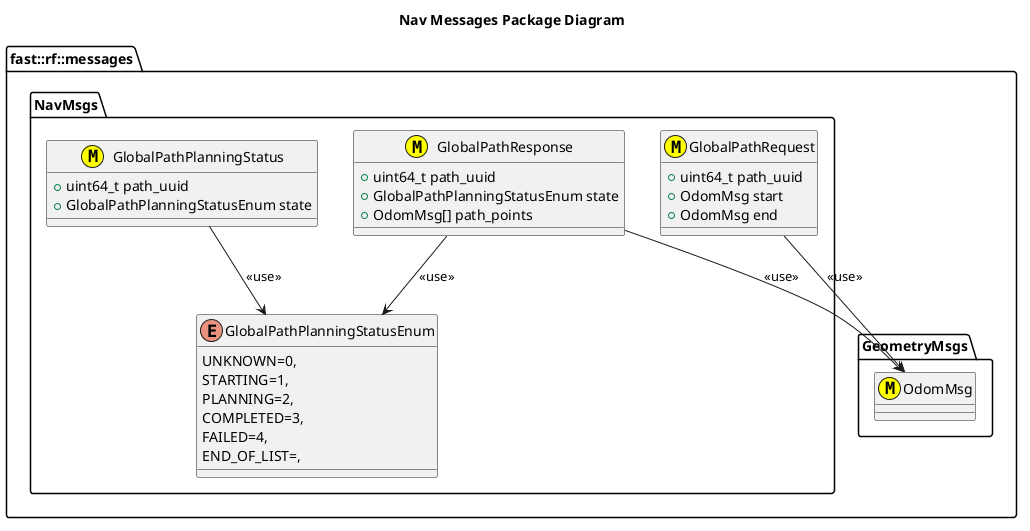
Before: msgs/NavMsgs/doc/puml/NavMessagesClassDiagram.png, a diagram exported from PlantUML (fastrobotics/robot_framework). Its diagram source:
```plantuml
@startuml
title Nav Messages Package Diagram

namespace fast::rf::messages {
  namespace GeometryMsgs {
    class OdomMsg <<(M,#FFFF00)>>
  }
  namespace NavMsgs  {
    class GlobalPathRequest <<(M,#FFFF00)>> {
      +uint64_t path_uuid
      +OdomMsg start
      +OdomMsg end

    }
    enum GlobalPathPlanningStatusEnum
    {
      UNKNOWN=0,
      STARTING=1,
      PLANNING=2,
      COMPLETED=3,
      FAILED=4,
      END_OF_LIST=,

    }
    GlobalPathRequest --> OdomMsg: <<use>>
    class GlobalPathResponse <<(M,#FFFF00)>> {
      +uint64_t path_uuid
      +GlobalPathPlanningStatusEnum state
      +OdomMsg[] path_points
    }
    GlobalPathResponse --> OdomMsg: <<use>>
    GlobalPathResponse --> GlobalPathPlanningStatusEnum: <<use>>
    class GlobalPathPlanningStatus <<(M,#FFFF00)>> {
      +uint64_t path_uuid
      +GlobalPathPlanningStatusEnum state
    }
    GlobalPathPlanningStatus --> GlobalPathPlanningStatusEnum: <<use>>
  }
}
@enduml
```
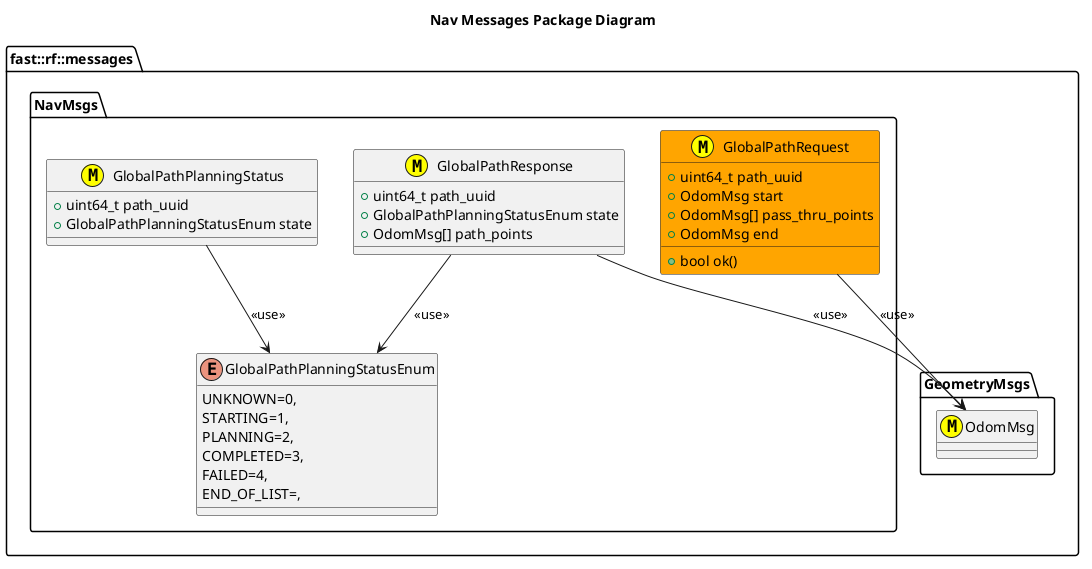
The same diagram one commit later.

The edit, as a diff of the source:
```diff
@@ -6,10 +6,12 @@
     class OdomMsg <<(M,#FFFF00)>>
   }
   namespace NavMsgs  {
-    class GlobalPathRequest <<(M,#FFFF00)>> {
+    class GlobalPathRequest <<(M,#FFFF00)>> #Orange {
       +uint64_t path_uuid
       +OdomMsg start
+      +OdomMsg[] pass_thru_points
       +OdomMsg end
+      +bool ok()
 
     }
     enum GlobalPathPlanningStatusEnum
```
